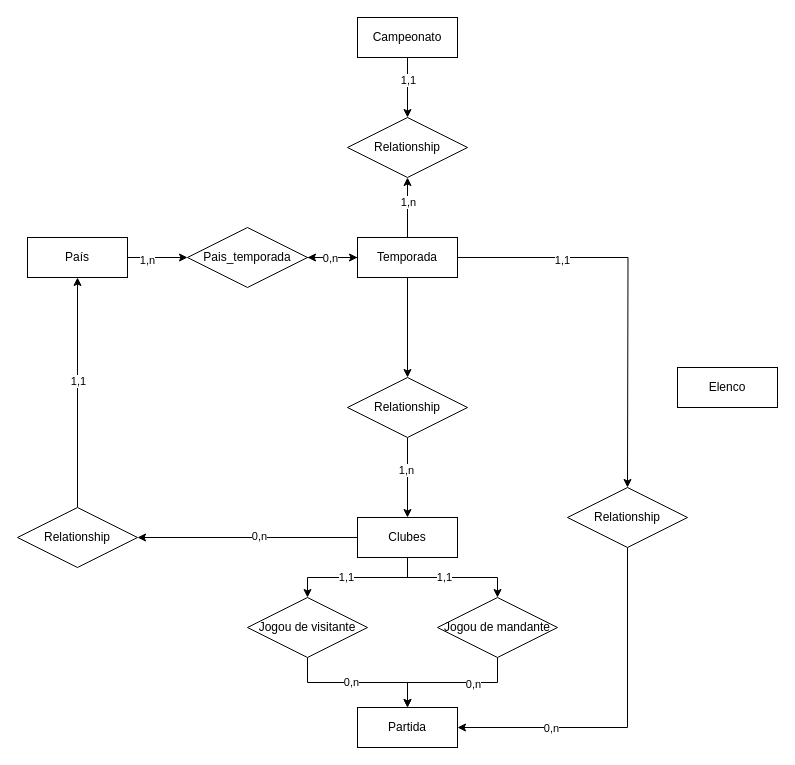
Above: diagramas/database/modelagem.drawio in b4ra0/futeba (draw.io), before the change. Source tidied: cells renumbered, new cells numbered last; positions are measured from the earlier drawing's top-left corner, leaving out a move shared by most shapes. Both pictures are drawn from the tidied source at 100%, with x=0, y=0 at pixel (17, 17).
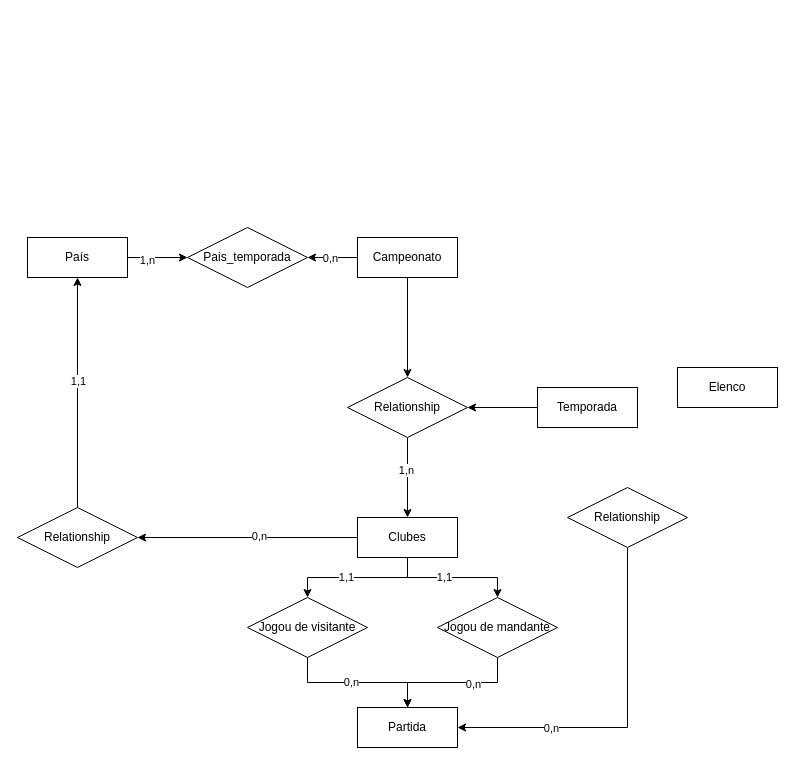
The same page after the edit.

Unchanged cells that the change refers to:
```xml
<mxCell id="9" value="Pais_temporada" style="shape=rhombus;perimeter=rhombusPerimeter;whiteSpace=wrap;html=1;align=center;" parent="1" vertex="1">
  <mxGeometry x="170" y="210" width="120" height="60" as="geometry" />
</mxCell>
<mxCell id="21" value="Relationship" style="shape=rhombus;perimeter=rhombusPerimeter;whiteSpace=wrap;html=1;align=center;" parent="1" vertex="1">
  <mxGeometry x="330" y="360" width="120" height="60" as="geometry" />
</mxCell>
```

What changed in the source:
```diff
@@
-    <mxCell id="5" style="edgeStyle=orthogonalEdgeStyle;rounded=0;jettySize=auto;html=1;" parent="1" edge="1" source="7" target="18">
-      <mxGeometry relative="1" as="geometry" />
-    </mxCell>
-    <mxCell id="6" value="1,1" style="edgeLabel;html=1;align=center;verticalAlign=middle;" parent="5" vertex="1">
-      <mxGeometry x="-0.27" relative="1" as="geometry" />
-    </mxCell>
+    <mxCell id="43" style="edgeStyle=orthogonalEdgeStyle;rounded=0;jettySize=auto;html=1;entryX=0.5;entryY=0;entryDx=0;entryDy=0;" parent="1" edge="1" source="7" target="21">
+      <mxGeometry relative="1" as="geometry" />
+    </mxCell>
     <mxCell id="7" value="Campeonato" style="whiteSpace=wrap;html=1;align=center;" parent="1" vertex="1">
-      <mxGeometry x="340" width="100" height="40" as="geometry" />
+      <mxGeometry x="340" y="220" width="100" height="40" as="geometry" />
     </mxCell>
-    <mxCell id="8" style="edgeStyle=orthogonalEdgeStyle;rounded=0;jettySize=auto;html=1;" parent="1" edge="1" source="9" target="17">
-      <mxGeometry relative="1" as="geometry" />
-    </mxCell>
@@
-    <mxCell id="10" style="edgeStyle=orthogonalEdgeStyle;rounded=0;jettySize=auto;html=1;" parent="1" edge="1" source="17" target="9">
+    <mxCell id="10" style="edgeStyle=orthogonalEdgeStyle;rounded=0;jettySize=auto;html=1;exitX=0;exitY=0.5;exitDx=0;exitDy=0;" parent="1" edge="1" source="7" target="9">
       <mxGeometry relative="1" as="geometry" />
     </mxCell>
@@
-    <mxCell id="12" style="edgeStyle=orthogonalEdgeStyle;rounded=0;jettySize=auto;html=1;" parent="1" edge="1" source="17" target="18">
-      <mxGeometry relative="1" as="geometry" />
-    </mxCell>
-    <mxCell id="13" value="1,n" style="edgeLabel;html=1;align=center;verticalAlign=middle;" parent="12" vertex="1">
-      <mxGeometry x="0.2" relative="1" as="geometry" />
-    </mxCell>
-    <mxCell id="14" style="edgeStyle=orthogonalEdgeStyle;rounded=0;jettySize=auto;html=1;entryX=0.5;entryY=0;entryDx=0;entryDy=0;" parent="1" edge="1" source="17" target="21">
+    <mxCell id="14" style="edgeStyle=orthogonalEdgeStyle;rounded=0;jettySize=auto;html=1;entryX=1;entryY=0.5;entryDx=0;entryDy=0;" parent="1" edge="1" source="17" target="21">
       <mxGeometry relative="1" as="geometry" />
     </mxCell>
-    <mxCell id="15" style="edgeStyle=orthogonalEdgeStyle;rounded=0;jettySize=auto;html=1;" parent="1" edge="1" source="17">
-      <mxGeometry relative="1" as="geometry">
-        <mxPoint x="610" y="470" as="targetPoint" />
-      </mxGeometry>
-    </mxCell>
-    <mxCell id="16" value="1,1" style="edgeLabel;html=1;align=center;verticalAlign=middle;" parent="15" vertex="1">
-      <mxGeometry x="-0.48" y="-2" relative="1" as="geometry" />
-    </mxCell>
     <mxCell id="17" value="Temporada" style="whiteSpace=wrap;html=1;align=center;" parent="1" vertex="1">
-      <mxGeometry x="340" y="220" width="100" height="40" as="geometry" />
+      <mxGeometry x="520" y="370" width="100" height="40" as="geometry" />
     </mxCell>
-    <mxCell id="18" value="Relationship" style="shape=rhombus;perimeter=rhombusPerimeter;whiteSpace=wrap;html=1;align=center;" parent="1" vertex="1">
-      <mxGeometry x="330" y="100" width="120" height="60" as="geometry" />
-    </mxCell>
```
